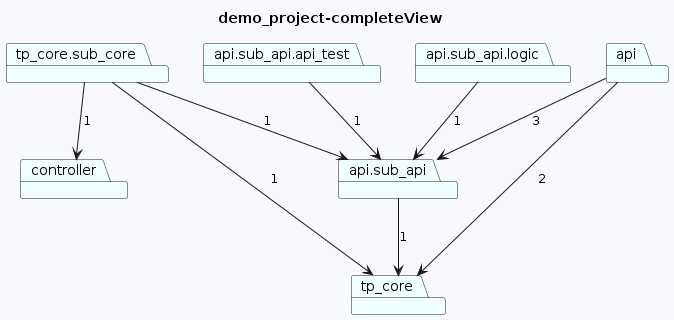
Earlier version of the PlantUML export diagrams/demo_project-completeView.png (mathiasbk1/archlens_test).
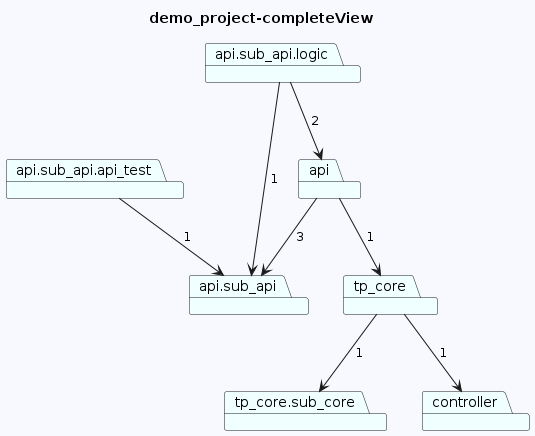
After the change.

What changed in the source:
```diff
@@ -1,20 +1,20 @@
 @startuml
 skinparam backgroundColor GhostWhite
 title demo_project-completeView
+package "api.sub_api" #Azure
+package "api.sub_api.api_test" #Azure
+package "tp_core" #Azure
+package "api.sub_api.logic" #Azure
 package "tp_core.sub_core" #Azure
-package "api.sub_api.api_test" #Azure
-package "api.sub_api.logic" #Azure
+package "api" #Azure
 package "controller" #Azure
-package "api.sub_api" #Azure
-package "api" #Azure
-package "tp_core" #Azure
-"tp_core.sub_core"-->"controller"  : 1
-"tp_core.sub_core"-->"tp_core"  : 1
-"tp_core.sub_core"-->"api.sub_api"  : 1
+
 "api.sub_api.api_test"-->"api.sub_api"  : 1
+"tp_core"-->"tp_core.sub_core"  : 1
+"tp_core"-->"controller"  : 1
 "api.sub_api.logic"-->"api.sub_api"  : 1
+"api.sub_api.logic"-->"api"  : 2
 
-"api.sub_api"-->"tp_core"  : 1
-"api"-->"tp_core"  : 2
+"api"-->"tp_core"  : 1
 "api"-->"api.sub_api"  : 3
 @enduml
```
